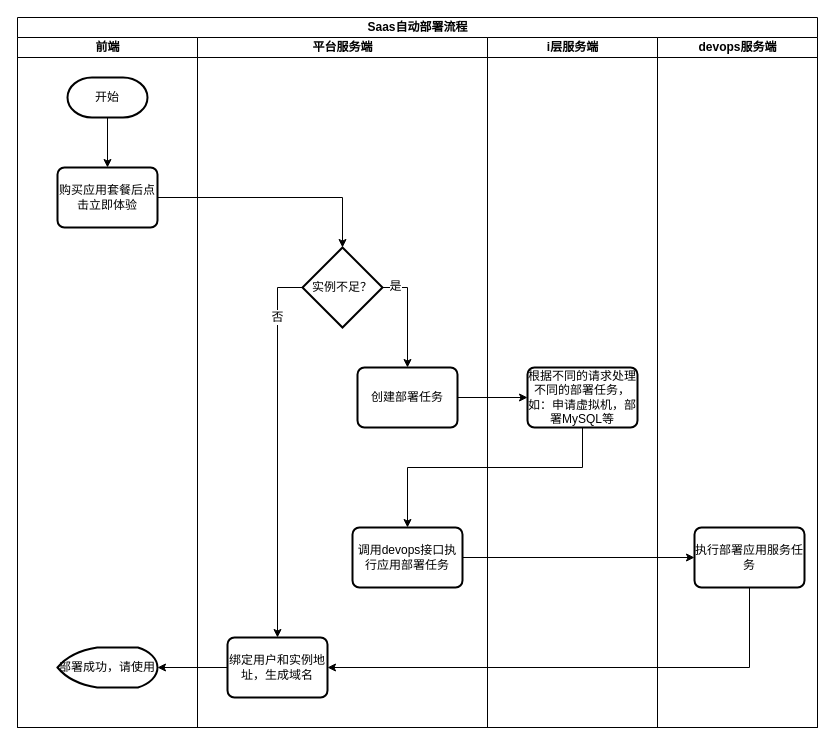
iceAcmen/myDesign keeps this draw.io diagram as page "流程图" (2 of 3) of SAAS自动部署.drawio. Above is the earlier version. Source tidied: cells renumbered, new cells numbered last; positions are measured from the earlier drawing's top-left corner, leaving out a move shared by most shapes. Both pictures are drawn from the tidied source at 100%, with x=0, y=0 at pixel (17, 17).
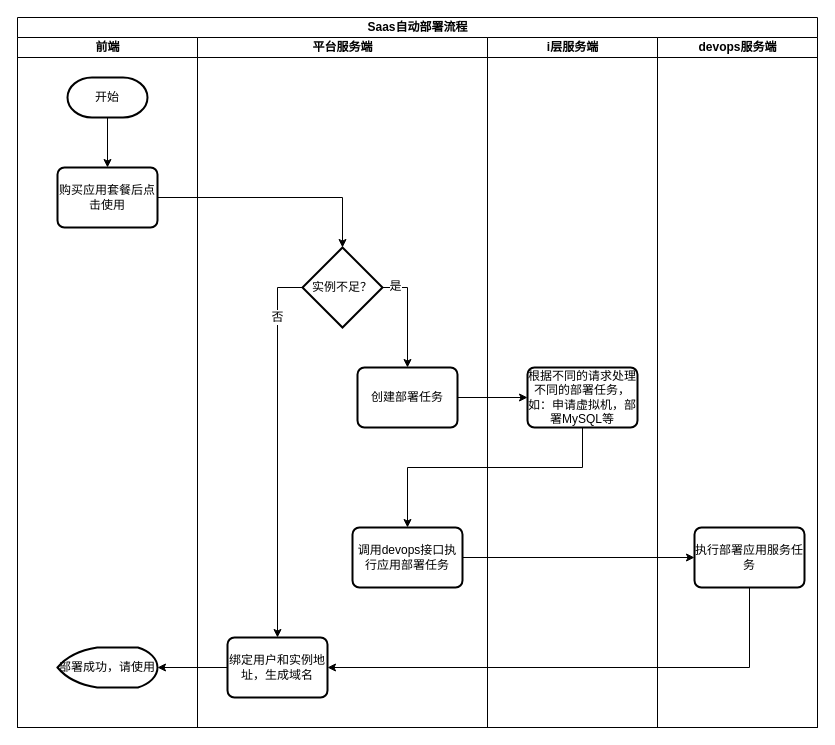
Above is the later version.

Commit message:
更新SAAS自动部署.drawio

The change refers to these unchanged cells:
```xml
<mxCell id="3" value="前端" style="swimlane;html=1;startSize=20;" parent="2" vertex="1">
  <mxGeometry y="20" width="180" height="690" as="geometry" />
</mxCell>
```

Change to the diagram source:
```diff
@@
-    <mxCell id="6" value="购买应用套餐后点击立即体验" style="rounded=1;whiteSpace=wrap;html=1;absoluteArcSize=1;arcSize=14;strokeWidth=2;" parent="3" vertex="1">
+    <mxCell id="6" value="购买应用套餐后点击使用" style="rounded=1;whiteSpace=wrap;html=1;absoluteArcSize=1;arcSize=14;strokeWidth=2;" parent="3" vertex="1">
       <mxGeometry x="40" y="130" width="100" height="60" as="geometry" />
     </mxCell>
```
